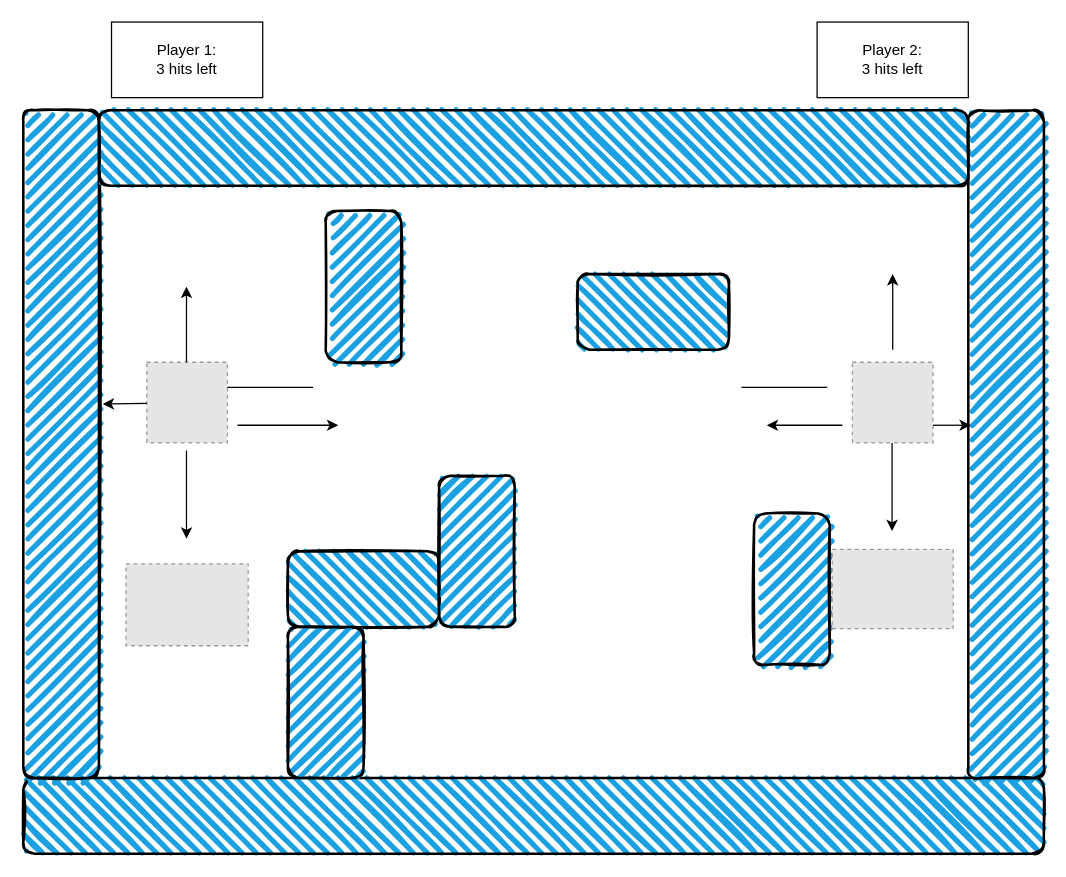
This is Untitled Diagram.drawio from Oij13/Tank-Game, a draw.io file, before an edit. Source tidied: cells renumbered, new cells numbered last; positions are measured from the earlier drawing's top-left corner, leaving out a move shared by most shapes. Both pictures are drawn from the tidied source at 126%, with x=0, y=0 at pixel (23, 21). Pictures stored in the file or linked from it are replaced by grey dashed boxes.
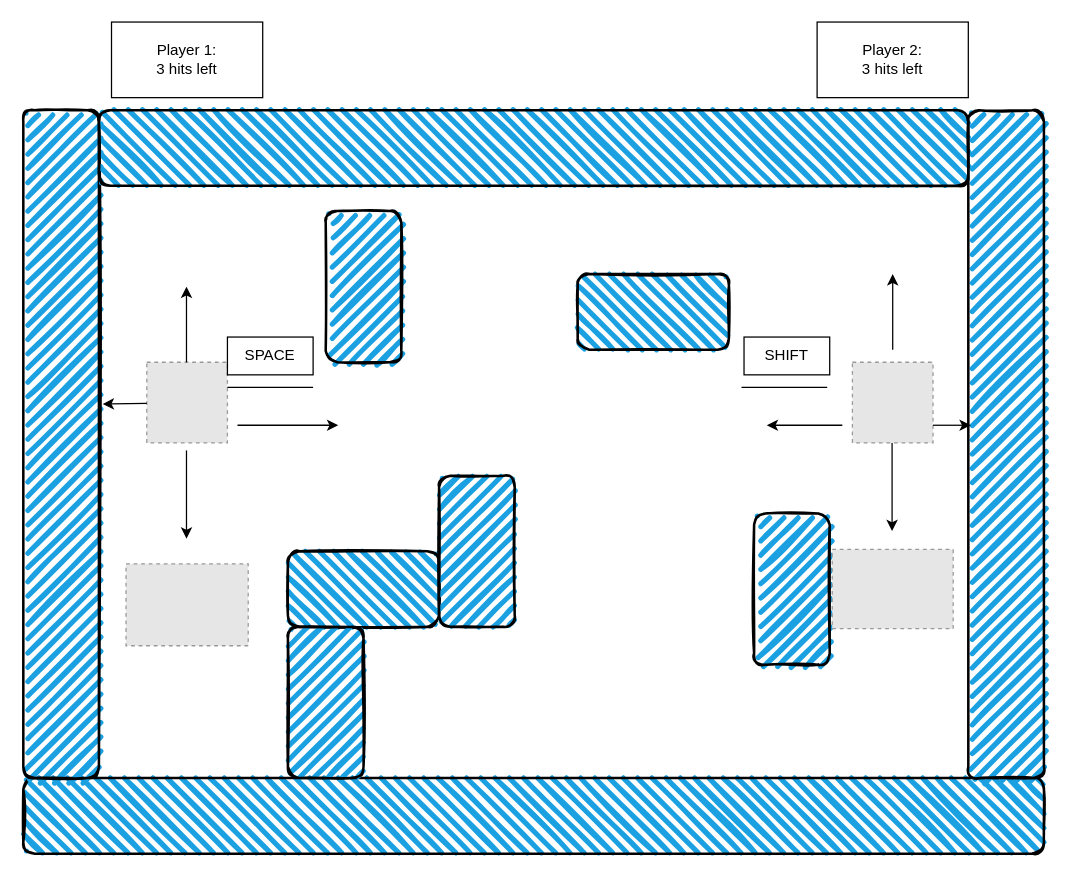
The same page after the edit.

What changed in the source:
```diff
@@
+    <mxCell id="28" value="SHIFT" style="rounded=0;whiteSpace=wrap;html=1;" parent="1" vertex="1">
+      <mxGeometry x="572" y="250" width="68" height="30" as="geometry" />
+    </mxCell>
+    <mxCell id="29" value="SPACE" style="rounded=0;whiteSpace=wrap;html=1;" parent="1" vertex="1">
+      <mxGeometry x="162" y="250" width="68" height="30" as="geometry" />
+    </mxCell>
```
